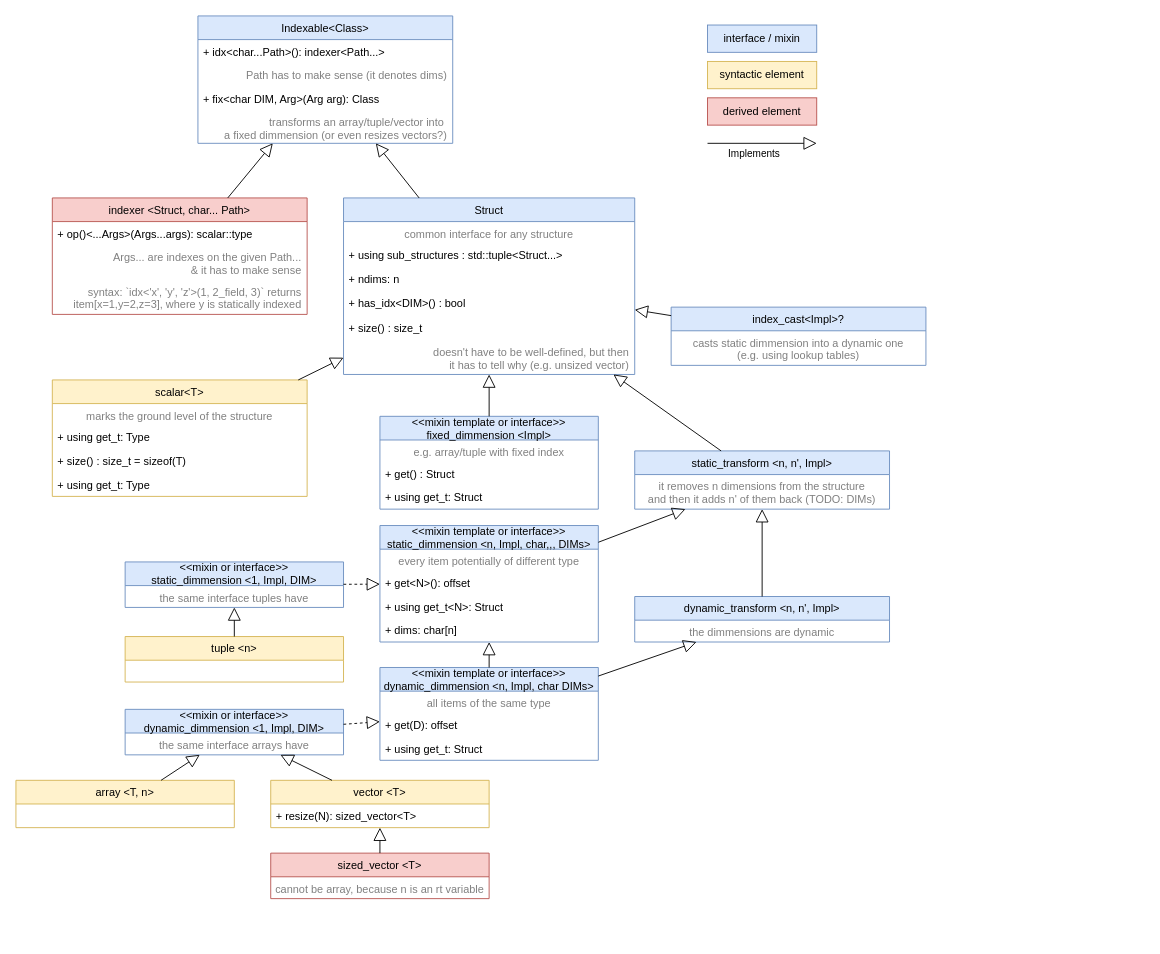
Earlier version of the draw.io diagram policies/prototype/diagram.drawio (ParaCoToUl/noarr-structures). Source tidied: cells renumbered, new cells numbered last; positions are measured from the earlier drawing's top-left corner, leaving out a move shared by most shapes. Both pictures are drawn from the tidied source at 91%, with x=0, y=0 at pixel (15, 15).
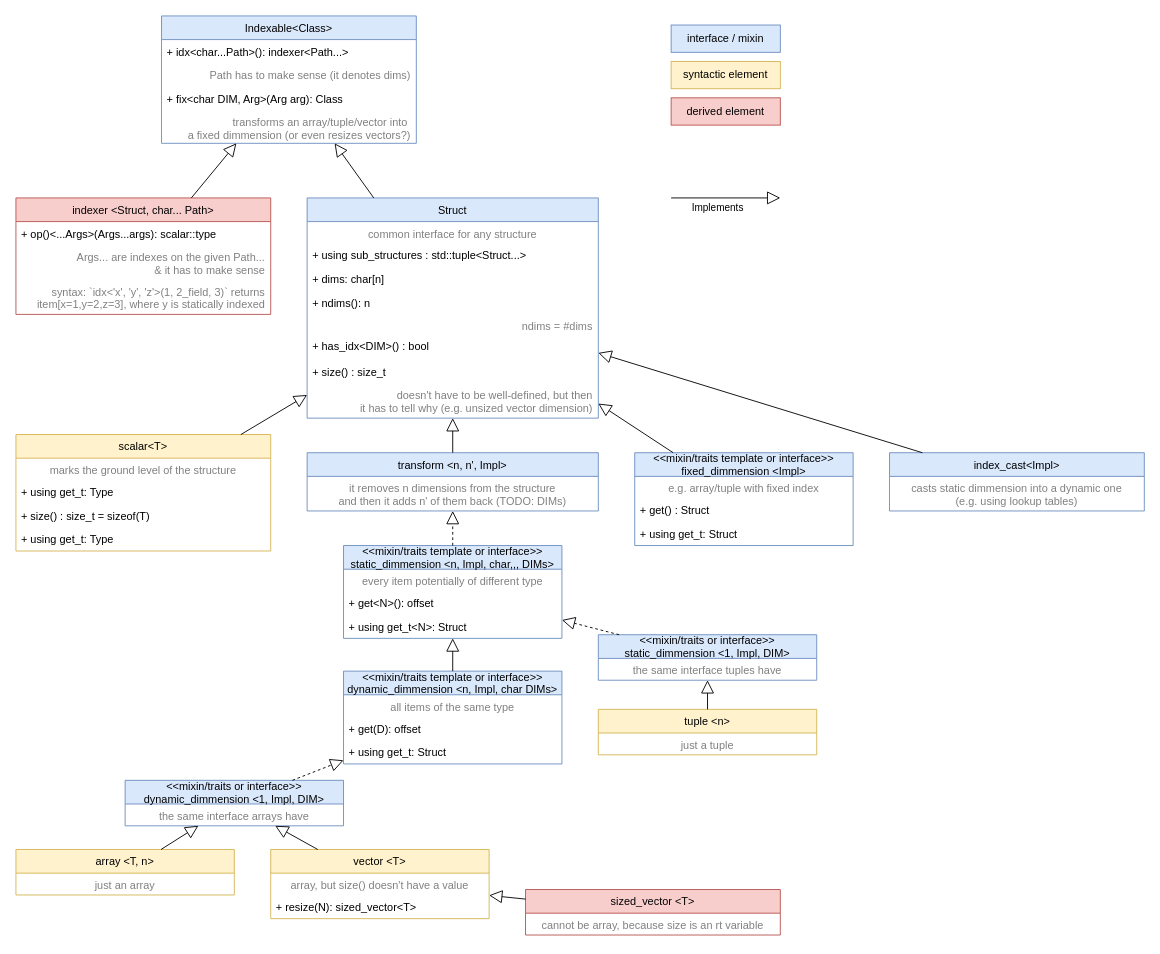
The same diagram, later.

The edit, as a diff of the source:
```diff
@@
-    <mxCell id="2" value="&lt;&lt;mixin template or interface&gt;&gt;&#10;static_dimmension &lt;n, Impl, char,,, DIMs&gt;" style="swimlane;fontStyle=0;horizontal=1;startSize=26;fillColor=#dae8fc;strokeColor=#6c8ebf;" parent="1" vertex="1">
-      <mxGeometry x="400" y="560" width="240" height="128" as="geometry" />
+    <mxCell id="2" value="&lt;&lt;mixin/traits template or interface&gt;&gt;&#10;static_dimmension &lt;n, Impl, char,,, DIMs&gt;" style="swimlane;fontStyle=0;horizontal=1;startSize=26;fillColor=#dae8fc;strokeColor=#6c8ebf;" parent="1" vertex="1">
+      <mxGeometry x="360" y="582" width="240" height="102" as="geometry" />
     </mxCell>
@@
-    <mxCell id="6" value="+ dims: char[n]" style="text;strokeColor=none;fillColor=none;align=left;verticalAlign=top;spacingLeft=4;spacingRight=4;overflow=hidden;" parent="2" vertex="1">
-      <mxGeometry y="102" width="240" height="26" as="geometry" />
-    </mxCell>
-    <mxCell id="7" value="&lt;&lt;mixin template or interface&gt;&gt;&#10;dynamic_dimmension &lt;n, Impl, char DIMs&gt;" style="swimlane;fontStyle=0;horizontal=1;startSize=26;fillColor=#dae8fc;strokeColor=#6c8ebf;" parent="1" vertex="1">
-      <mxGeometry x="400" y="716" width="240" height="102" as="geometry" />
+    <mxCell id="7" value="&lt;&lt;mixin/traits template or interface&gt;&gt;&#10;dynamic_dimmension &lt;n, Impl, char DIMs&gt;" style="swimlane;fontStyle=0;horizontal=1;startSize=26;fillColor=#dae8fc;strokeColor=#6c8ebf;" parent="1" vertex="1">
+      <mxGeometry x="360" y="720" width="240" height="102" as="geometry" />
     </mxCell>
@@
-    <mxCell id="12" value="&lt;&lt;mixin or interface&gt;&gt;&#10;static_dimmension &lt;1, Impl, DIM&gt;" style="swimlane;fontStyle=0;horizontal=1;startSize=26;fillColor=#dae8fc;strokeColor=#6c8ebf;" parent="1" vertex="1">
-      <mxGeometry x="120" y="600" width="240" height="50" as="geometry" />
+    <mxCell id="12" value="&lt;&lt;mixin/traits or interface&gt;&gt;&#10;static_dimmension &lt;1, Impl, DIM&gt;" style="swimlane;fontStyle=0;horizontal=1;startSize=26;fillColor=#dae8fc;strokeColor=#6c8ebf;" parent="1" vertex="1">
+      <mxGeometry x="640" y="680" width="240" height="50" as="geometry" />
     </mxCell>
@@
     <mxCell id="15" value="tuple &lt;n&gt;" style="swimlane;fontStyle=0;horizontal=1;startSize=26;fillColor=#fff2cc;strokeColor=#d6b656;" parent="1" vertex="1">
-      <mxGeometry x="120" y="682" width="240" height="50" as="geometry" />
+      <mxGeometry x="640" y="762" width="240" height="50" as="geometry" />
     </mxCell>
+    <mxCell id="73" value="just a tuple" style="text;strokeColor=none;fillColor=none;align=center;verticalAlign=top;spacingLeft=4;spacingRight=4;overflow=hidden;fontColor=#808080;" parent="15" vertex="1">
+      <mxGeometry y="26" width="240" height="24" as="geometry" />
+    </mxCell>
@@
-    <mxCell id="17" value="&lt;&lt;mixin or interface&gt;&gt;&#10;dynamic_dimmension &lt;1, Impl, DIM&gt;" style="swimlane;fontStyle=0;horizontal=1;startSize=26;fillColor=#dae8fc;strokeColor=#6c8ebf;" parent="1" vertex="1">
-      <mxGeometry x="120" y="762" width="240" height="50" as="geometry" />
+    <mxCell id="17" value="&lt;&lt;mixin/traits or interface&gt;&gt;&#10;dynamic_dimmension &lt;1, Impl, DIM&gt;" style="swimlane;fontStyle=0;horizontal=1;startSize=26;fillColor=#dae8fc;strokeColor=#6c8ebf;" parent="1" vertex="1">
+      <mxGeometry x="120" y="840" width="240" height="50" as="geometry" />
     </mxCell>
@@
     <mxCell id="20" value="vector &lt;T&gt;" style="swimlane;fontStyle=0;horizontal=1;startSize=26;fillColor=#fff2cc;strokeColor=#d6b656;" parent="1" vertex="1">
-      <mxGeometry x="280" y="840" width="240" height="52" as="geometry" />
+      <mxGeometry x="280" y="916" width="240" height="76" as="geometry" />
     </mxCell>
+    <mxCell id="74" value="array, but size() doesn't have a value" style="text;strokeColor=none;fillColor=none;align=center;verticalAlign=top;spacingLeft=4;spacingRight=4;overflow=hidden;fontColor=#808080;" parent="20" vertex="1">
+      <mxGeometry y="26" width="240" height="24" as="geometry" />
+    </mxCell>
     <mxCell id="21" value="+ resize(N): sized_vector&lt;T&gt;" style="text;strokeColor=none;fillColor=none;align=left;verticalAlign=top;spacingLeft=4;spacingRight=4;overflow=hidden;" parent="20" vertex="1">
-      <mxGeometry y="26" width="240" height="26" as="geometry" />
+      <mxGeometry y="50" width="240" height="26" as="geometry" />
     </mxCell>
     <mxCell id="22" value="array &lt;T, n&gt;" style="swimlane;fontStyle=0;horizontal=1;startSize=26;fillColor=#fff2cc;strokeColor=#d6b656;" parent="1" vertex="1">
-      <mxGeometry y="840" width="240" height="52" as="geometry" />
+      <mxGeometry y="916" width="240" height="50" as="geometry" />
     </mxCell>
+    <mxCell id="75" value="just an array" style="text;strokeColor=none;fillColor=none;align=center;verticalAlign=top;spacingLeft=4;spacingRight=4;overflow=hidden;fontColor=#808080;" parent="22" vertex="1">
+      <mxGeometry y="26" width="240" height="24" as="geometry" />
+    </mxCell>
@@
-    <mxCell id="25" value="dynamic_transform &lt;n, n', Impl&gt;" style="swimlane;fontStyle=0;horizontal=1;startSize=26;fillColor=#dae8fc;strokeColor=#6c8ebf;" parent="1" vertex="1">
-      <mxGeometry x="680" y="638" width="280" height="50" as="geometry" />
-    </mxCell>
-    <mxCell id="26" value="the dimmensions are dynamic" style="text;strokeColor=none;fillColor=none;align=center;verticalAlign=top;spacingLeft=4;spacingRight=4;overflow=hidden;fontColor=#808080;" parent="25" vertex="1">
-      <mxGeometry y="26" width="280" height="24" as="geometry" />
-    </mxCell>
-    <mxCell id="27" value="static_transform &lt;n, n', Impl&gt;" style="swimlane;fontStyle=0;horizontal=1;startSize=26;fillColor=#dae8fc;strokeColor=#6c8ebf;" parent="1" vertex="1">
-      <mxGeometry x="680" y="478" width="280" height="64" as="geometry" />
+    <mxCell id="27" value="transform &lt;n, n', Impl&gt;" style="swimlane;fontStyle=0;horizontal=1;startSize=26;fillColor=#dae8fc;strokeColor=#6c8ebf;" parent="1" vertex="1">
+      <mxGeometry x="320" y="480" width="320" height="64" as="geometry" />
     </mxCell>
     <mxCell id="28" value="it removes n dimensions from the structure&#10;and then it adds n' of them back (TODO: DIMs)" style="text;strokeColor=none;fillColor=none;align=center;verticalAlign=top;spacingLeft=4;spacingRight=4;overflow=hidden;fontColor=#808080;" parent="27" vertex="1">
-      <mxGeometry y="26" width="280" height="38" as="geometry" />
+      <mxGeometry y="26" width="320" height="38" as="geometry" />
     </mxCell>
     <mxCell id="29" value="indexer &lt;Struct, char... Path&gt;" style="swimlane;fontStyle=0;horizontal=1;startSize=26;fillColor=#f8cecc;strokeColor=#b85450;" parent="1" vertex="1">
-      <mxGeometry x="40" y="200" width="280" height="128" as="geometry" />
+      <mxGeometry y="200" width="280" height="128" as="geometry" />
     </mxCell>
@@
     <mxCell id="33" value="Struct" style="swimlane;fontStyle=0;horizontal=1;startSize=26;fillColor=#dae8fc;strokeColor=#6c8ebf;" parent="1" vertex="1">
-      <mxGeometry x="360" y="200" width="320" height="194" as="geometry" />
+      <mxGeometry x="320" y="200" width="320" height="242" as="geometry" />
     </mxCell>
@@
+    <mxCell id="6" value="+ dims: char[n]" style="text;strokeColor=none;fillColor=none;align=left;verticalAlign=top;spacingLeft=4;spacingRight=4;overflow=hidden;" parent="33" vertex="1">
+      <mxGeometry y="76" width="320" height="26" as="geometry" />
+    </mxCell>
-    <mxCell id="36" value="+ ndims: n" style="text;strokeColor=none;fillColor=none;align=left;verticalAlign=top;spacingLeft=4;spacingRight=4;overflow=hidden;" parent="33" vertex="1">
-      <mxGeometry y="76" width="320" height="26" as="geometry" />
+    <mxCell id="36" value="+ ndims(): n" style="text;strokeColor=none;fillColor=none;align=left;verticalAlign=top;spacingLeft=4;spacingRight=4;overflow=hidden;" parent="33" vertex="1">
+      <mxGeometry y="102" width="320" height="26" as="geometry" />
     </mxCell>
+    <mxCell id="76" value="ndims = #dims" style="text;strokeColor=none;fillColor=none;align=right;verticalAlign=top;spacingLeft=4;spacingRight=4;overflow=hidden;fontColor=#808080;" parent="33" vertex="1">
+      <mxGeometry y="128" width="320" height="22" as="geometry" />
+    </mxCell>
     <mxCell id="37" value="+ has_idx&lt;DIM&gt;() : bool" style="text;strokeColor=none;fillColor=none;align=left;verticalAlign=top;spacingLeft=4;spacingRight=4;overflow=hidden;" parent="33" vertex="1">
-      <mxGeometry y="102" width="320" height="28" as="geometry" />
+      <mxGeometry y="150" width="320" height="28" as="geometry" />
     </mxCell>
     <mxCell id="38" value="+ size() : size_t" style="text;strokeColor=none;fillColor=none;align=left;verticalAlign=top;spacingLeft=4;spacingRight=4;overflow=hidden;" parent="33" vertex="1">
-      <mxGeometry y="130" width="320" height="26" as="geometry" />
+      <mxGeometry y="178" width="320" height="26" as="geometry" />
     </mxCell>
-    <mxCell id="39" value="doesn't have to be well-defined, but then&#10;it has to tell why (e.g. unsized vector)" style="text;strokeColor=none;fillColor=none;align=right;verticalAlign=top;spacingLeft=4;spacingRight=4;overflow=hidden;fontColor=#808080;" parent="33" vertex="1">
-      <mxGeometry y="156" width="320" height="38" as="geometry" />
+    <mxCell id="39" value="doesn't have to be well-defined, but then&#10;it has to tell why (e.g. unsized vector dimension)" style="text;strokeColor=none;fillColor=none;align=right;verticalAlign=top;spacingLeft=4;spacingRight=4;overflow=hidden;fontColor=#808080;" parent="33" vertex="1">
+      <mxGeometry y="204" width="320" height="38" as="geometry" />
     </mxCell>
     <mxCell id="40" value="scalar&lt;T&gt;" style="swimlane;fontStyle=0;horizontal=1;startSize=26;fillColor=#fff2cc;strokeColor=#d6b656;" parent="1" vertex="1">
-      <mxGeometry x="40" y="400" width="280" height="128" as="geometry" />
+      <mxGeometry y="460" width="280" height="128" as="geometry" />
     </mxCell>
@@
-    <mxCell id="46" value="&lt;&lt;mixin template or interface&gt;&gt;&#10;fixed_dimmension &lt;Impl&gt;" style="swimlane;fontStyle=0;horizontal=1;startSize=26;fillColor=#dae8fc;strokeColor=#6c8ebf;" parent="1" vertex="1">
-      <mxGeometry x="400" y="440" width="240" height="102" as="geometry" />
+    <mxCell id="46" value="&lt;&lt;mixin/traits template or interface&gt;&gt;&#10;fixed_dimmension &lt;Impl&gt;" style="swimlane;fontStyle=0;horizontal=1;startSize=26;fillColor=#dae8fc;strokeColor=#6c8ebf;" parent="1" vertex="1">
+      <mxGeometry x="680" y="480" width="240" height="102" as="geometry" />
     </mxCell>
@@
     <mxCell id="51" value="Indexable&lt;Class&gt;" style="swimlane;fontStyle=0;horizontal=1;startSize=26;fillColor=#dae8fc;strokeColor=#6c8ebf;" parent="1" vertex="1">
-      <mxGeometry x="200" width="280" height="140" as="geometry" />
+      <mxGeometry x="160" width="280" height="140" as="geometry" />
     </mxCell>
@@
     <mxCell id="58" value="sized_vector &lt;T&gt;" style="swimlane;fontStyle=0;horizontal=1;startSize=26;fillColor=#f8cecc;strokeColor=#b85450;" parent="1" vertex="1">
-      <mxGeometry x="280" y="920" width="240" height="50" as="geometry" />
+      <mxGeometry x="560" y="960" width="280" height="50" as="geometry" />
     </mxCell>
-    <mxCell id="59" value="cannot be array, because n is an rt variable" style="text;strokeColor=none;fillColor=none;align=center;verticalAlign=top;spacingLeft=4;spacingRight=4;overflow=hidden;fontColor=#808080;" parent="58" vertex="1">
-      <mxGeometry y="26" width="240" height="24" as="geometry" />
+    <mxCell id="59" value="cannot be array, because size is an rt variable" style="text;strokeColor=none;fillColor=none;align=center;verticalAlign=top;spacingLeft=4;spacingRight=4;overflow=hidden;fontColor=#808080;" parent="58" vertex="1">
+      <mxGeometry y="26" width="280" height="24" as="geometry" />
     </mxCell>
@@
     <mxCell id="61" style="endArrow=block;endFill=0;endSize=12;html=1;" parent="1" edge="1">
       <mxGeometry relative="1" as="geometry">
-        <mxPoint x="760" y="140" as="sourcePoint" />
-        <mxPoint x="880" y="140" as="targetPoint" />
+        <mxPoint x="720" y="200" as="sourcePoint" />
+        <mxPoint x="840" y="200" as="targetPoint" />
       </mxGeometry>
     </mxCell>
@@
-    <mxCell id="63" style="endArrow=block;endFill=0;endSize=12;html=1;" parent="1" edge="1" source="25" target="27">
-      <mxGeometry relative="1" as="geometry" />
-    </mxCell>
-    <mxCell id="64" style="endArrow=block;endFill=0;endSize=12;html=1;" parent="1" edge="1" source="2" target="27">
+    <mxCell id="64" style="endArrow=block;endFill=0;endSize=12;html=1;dashed=1;" parent="1" edge="1" source="2" target="27">
       <mxGeometry relative="1" as="geometry" />
     </mxCell>
-    <mxCell id="65" style="endArrow=block;endFill=0;endSize=12;html=1;" parent="1" edge="1" source="7" target="25">
-      <mxGeometry relative="1" as="geometry" />
-    </mxCell>
     <mxCell id="66" value="interface / mixin" style="rounded=0;whiteSpace=wrap;html=1;align=center;fillColor=#dae8fc;strokeColor=#6c8ebf;" parent="1" vertex="1">
-      <mxGeometry x="760" y="10" width="120" height="30" as="geometry" />
+      <mxGeometry x="720" y="10" width="120" height="30" as="geometry" />
     </mxCell>
     <mxCell id="67" value="syntactic element" style="rounded=0;whiteSpace=wrap;html=1;align=center;fillColor=#fff2cc;strokeColor=#d6b656;" parent="1" vertex="1">
-      <mxGeometry x="760" y="50" width="120" height="30" as="geometry" />
+      <mxGeometry x="720" y="50" width="120" height="30" as="geometry" />
     </mxCell>
     <mxCell id="68" value="derived element" style="rounded=0;whiteSpace=wrap;html=1;align=center;fillColor=#f8cecc;strokeColor=#b85450;" parent="1" vertex="1">
-      <mxGeometry x="760" y="90" width="120" height="30" as="geometry" />
+      <mxGeometry x="720" y="90" width="120" height="30" as="geometry" />
     </mxCell>
-    <mxCell id="69" value="index_cast&lt;Impl&gt;?" style="swimlane;fontStyle=0;horizontal=1;startSize=26;fillColor=#dae8fc;strokeColor=#6c8ebf;" parent="1" vertex="1">
-      <mxGeometry x="720" y="320" width="280" height="64" as="geometry" />
+    <mxCell id="69" value="index_cast&lt;Impl&gt;" style="swimlane;fontStyle=0;horizontal=1;startSize=26;fillColor=#dae8fc;strokeColor=#6c8ebf;" parent="1" vertex="1">
+      <mxGeometry x="960" y="480" width="280" height="64" as="geometry" />
     </mxCell>
```
